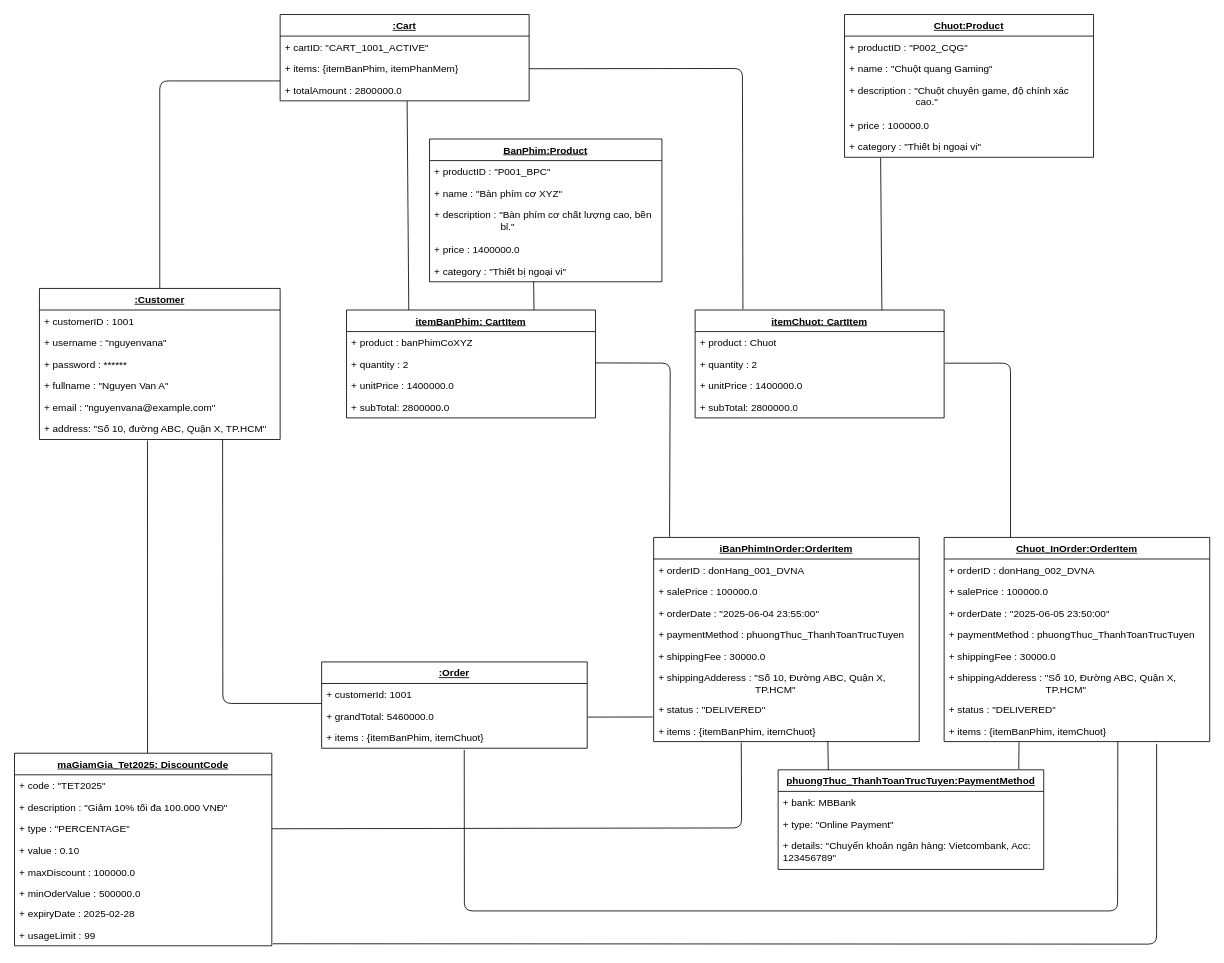
Earlier version of the draw.io diagram Object Diagram/Cart_Checkout.drawio (NguyenThaiDung2003/IT3120Nhom11). Source tidied: cells renumbered, new cells numbered last; positions are measured from the earlier drawing's top-left corner, leaving out a move shared by most shapes. Both pictures are drawn from the tidied source at 83%, with x=0, y=0 at pixel (14, 14).
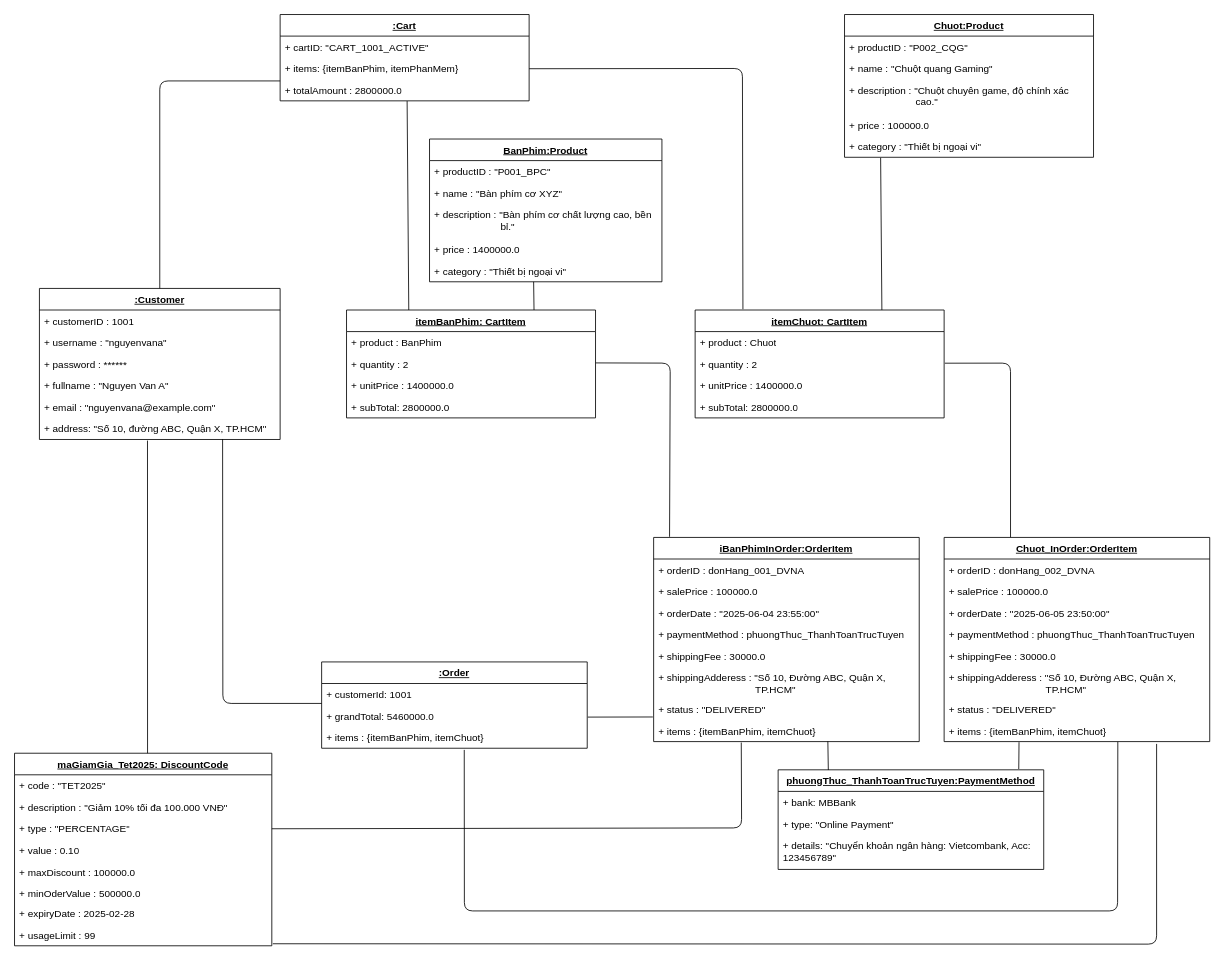
Above is the later version.

Unchanged cells that the change refers to:
```xml
<mxCell id="34" value="&lt;u&gt;itemBanPhim: CartItem&lt;/u&gt;" style="swimlane;fontStyle=1;align=center;verticalAlign=top;horizontal=1;startSize=26;whiteSpace=wrap;html=1;" parent="1" vertex="1">
  <mxGeometry x="400" y="356" width="300" height="130" as="geometry" />
</mxCell>
```

The edit, as a diff of the source:
```diff
@@
-    <mxCell id="35" value="+ product :&amp;nbsp;banPhimCoXYZ" style="text;strokeColor=none;fillColor=none;align=left;verticalAlign=top;spacingLeft=4;spacingRight=4;overflow=hidden;whiteSpace=wrap;html=1;" parent="34" vertex="1">
+    <mxCell id="35" value="+ product : BanPhim" style="text;strokeColor=none;fillColor=none;align=left;verticalAlign=top;spacingLeft=4;spacingRight=4;overflow=hidden;whiteSpace=wrap;html=1;" parent="34" vertex="1">
       <mxGeometry y="26" width="300" height="26" as="geometry" />
     </mxCell>
```
